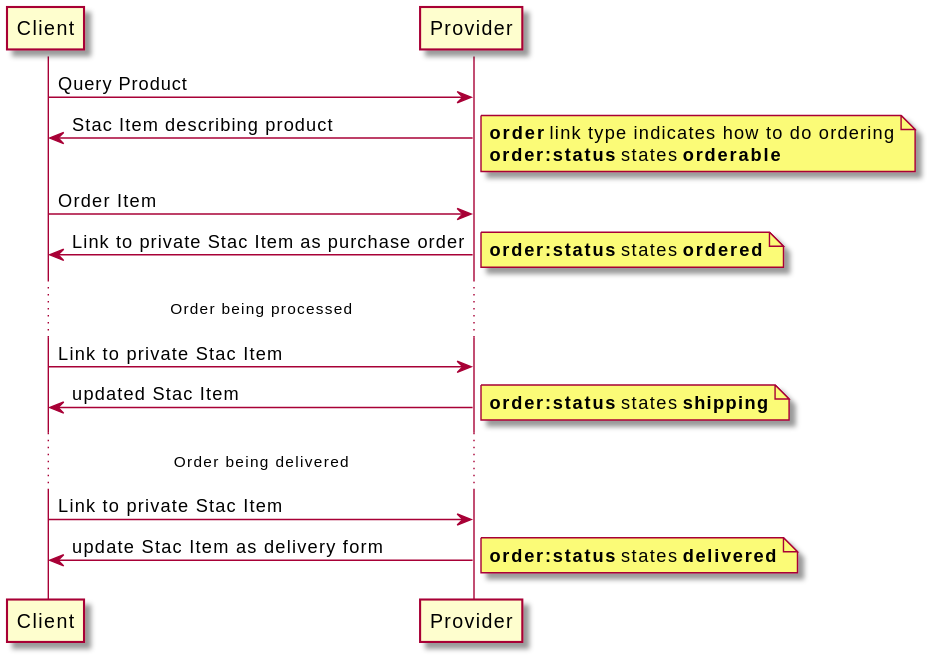
Before: images/diagrams/ordering-paying/ordering-paying.svg, a diagram exported from PlantUML (stac-extensions/order). Its diagram source:
```plantuml
@startuml

!pragma teoz true

Client -> Provider: Query Product
Provider -> Client: Stac Item describing product
note right: **order** link type indicates how to do ordering\n**order:status** states **orderable**

Client -> Provider: Order Item
Provider -> Client: Link to private Stac Item as purchase order
note right: **order:status** states **ordered**

...Order being processed...

Client -> Provider: Link to private Stac Item
Provider -> Client: updated Stac Item
note right: **order:status** states **shipping**

...Order being delivered...

Client -> Provider: Link to private Stac Item
Provider -> Client: update Stac Item as delivery form
note right: **order:status** states **delivered**

@enduml
```
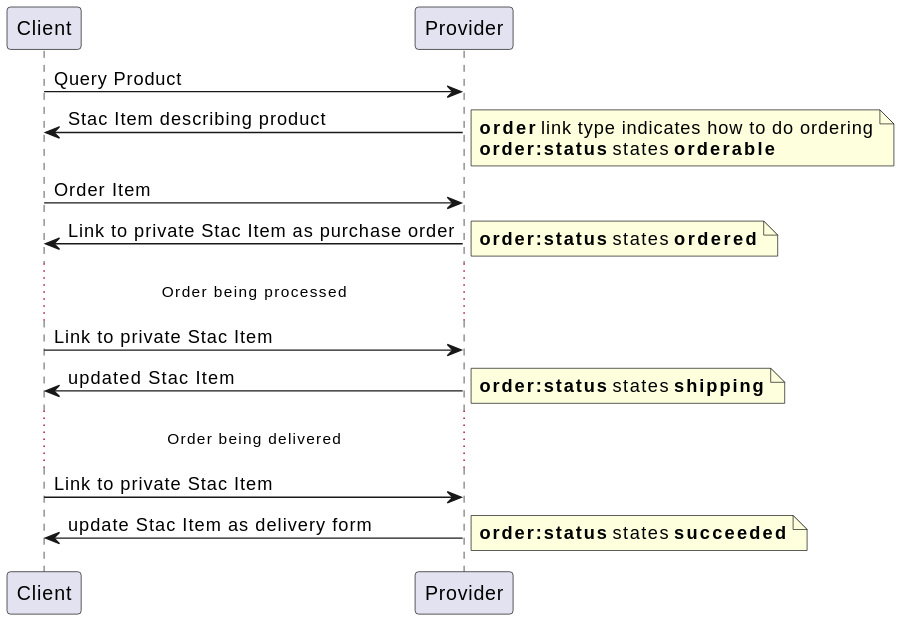
The same file after the commit.

Diff of the diagram source:
```diff
@@ -20,6 +20,6 @@
 
 Client -> Provider: Link to private Stac Item
 Provider -> Client: update Stac Item as delivery form
-note right: **order:status** states **delivered**
+note right: **order:status** states **succeeded**
 
 @enduml
```
